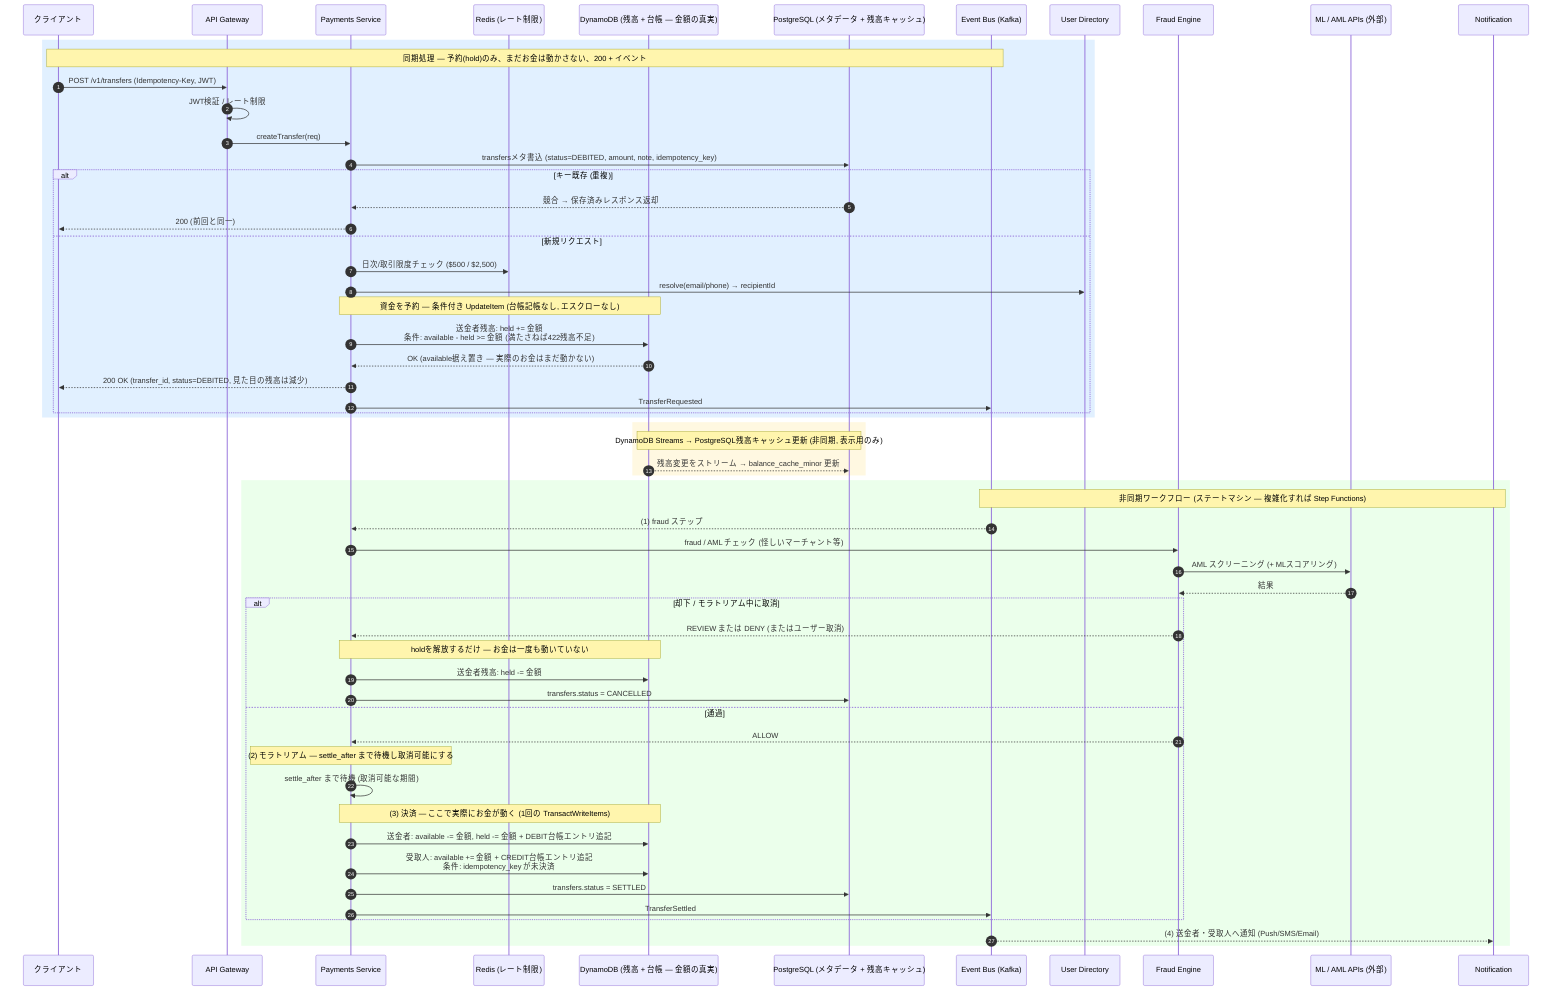
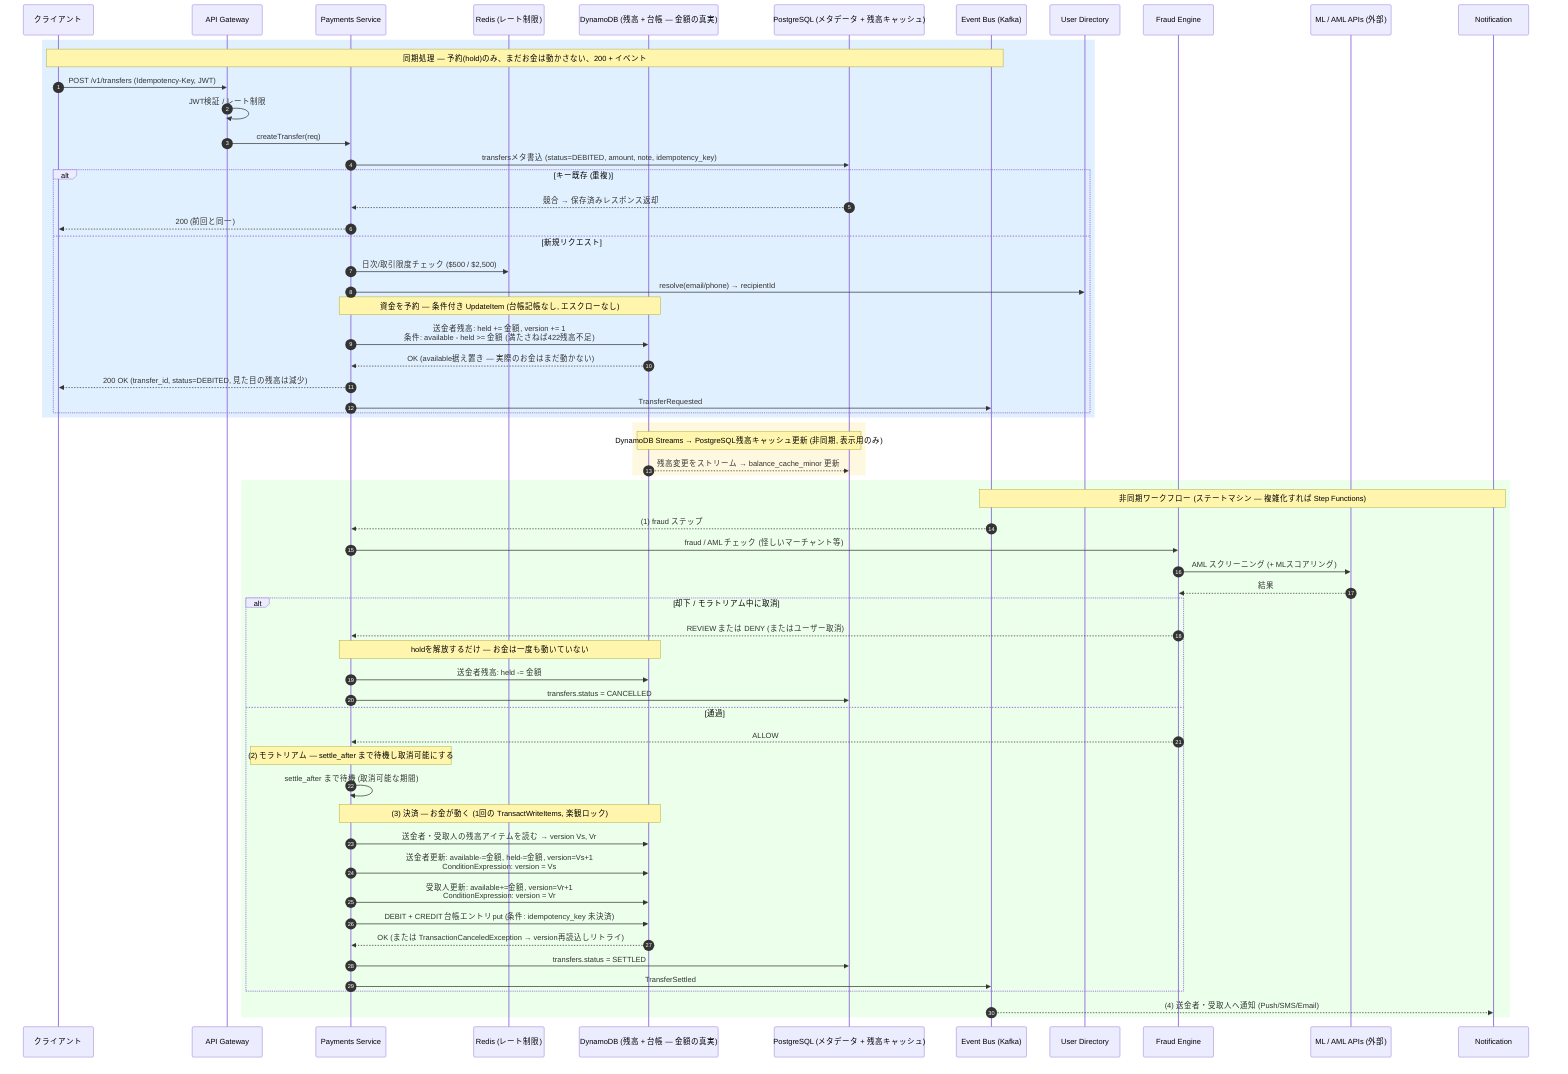
sequenceDiagram
    autonumber
    participant C as クライアント
    participant GW as API Gateway
    participant P as Payments Service
    participant R as Redis (レート制限)
    participant DDB as DynamoDB (残高 + 台帳 — 金額の真実)
    participant PG as PostgreSQL (メタデータ + 残高キャッシュ)
    participant MQ as Event Bus (Kafka)
    participant U as User Directory
    participant F as Fraud Engine
    participant X as ML / AML APIs (外部)
    participant N as Notification

    rect rgb(225, 240, 255)
    Note over C,MQ: 同期処理 — 予約(hold)のみ、まだお金は動かさない、200 + イベント
    C->>GW: POST /v1/transfers (Idempotency-Key, JWT)
    GW->>GW: JWT検証 / レート制限
    GW->>P: createTransfer(req)
    P->>PG: transfersメタ書込 (status=DEBITED, amount, note, idempotency_key)
    alt キー既存 (重複)
        PG-->>P: 競合 → 保存済みレスポンス返却
        P-->>C: 200 (前回と同一)
    else 新規リクエスト
        P->>R: 日次/取引限度チェック ($500 / $2,500)
        P->>U: resolve(email/phone) → recipientId
        Note over P,DDB: 資金を予約 — 条件付き UpdateItem (台帳記帳なし, エスクローなし)
-         P->>DDB: 送金者残高: held += 金額<br/>条件: available - held >= 金額 (満たさねば422残高不足)
+         P->>DDB: 送金者残高: held += 金額, version += 1<br/>条件: available - held >= 金額 (満たさねば422残高不足)
        DDB-->>P: OK (available据え置き — 実際のお金はまだ動かない)
        P-->>C: 200 OK (transfer_id, status=DEBITED, 見た目の残高は減少)
        P->>MQ: TransferRequested
    end
    end

    rect rgb(255, 248, 225)
    Note over DDB,PG: DynamoDB Streams → PostgreSQL残高キャッシュ更新 (非同期, 表示用のみ)
    DDB-->>PG: 残高変更をストリーム → balance_cache_minor 更新
    end

    rect rgb(235, 255, 235)
    Note over MQ,N: 非同期ワークフロー (ステートマシン — 複雑化すれば Step Functions)
    MQ-->>P: (1) fraud ステップ
    P->>F: fraud / AML チェック (怪しいマーチャント等)
    F->>X: AML スクリーニング (+ MLスコアリング)
    X-->>F: 結果
    alt 却下 / モラトリアム中に取消
        F-->>P: REVIEW または DENY (またはユーザー取消)
        Note over P,DDB: holdを解放するだけ — お金は一度も動いていない
        P->>DDB: 送金者残高: held -= 金額
        P->>PG: transfers.status = CANCELLED
    else 通過
        F-->>P: ALLOW
        Note over P: (2) モラトリアム — settle_after まで待機し取消可能にする
        P->>P: settle_after まで待機 (取消可能な期間)
-         Note over P,DDB: (3) 決済 — ここで実際にお金が動く (1回の TransactWriteItems)
-         P->>DDB: 送金者: available -= 金額, held -= 金額 + DEBIT台帳エントリ追記
-         P->>DDB: 受取人: available += 金額 + CREDIT台帳エントリ追記<br/>条件: idempotency_key が未決済
+         Note over P,DDB: (3) 決済 — お金が動く (1回の TransactWriteItems, 楽観ロック)
+         P->>DDB: 送金者・受取人の残高アイテムを読む → version Vs, Vr
+         P->>DDB: 送金者更新: available-=金額, held-=金額, version=Vs+1<br/>ConditionExpression: version = Vs
+         P->>DDB: 受取人更新: available+=金額, version=Vr+1<br/>ConditionExpression: version = Vr
+         P->>DDB: DEBIT + CREDIT 台帳エントリput (条件: idempotency_key 未決済)
+         DDB-->>P: OK (または TransactionCanceledException → version再読込しリトライ)
        P->>PG: transfers.status = SETTLED
        P->>MQ: TransferSettled
    end
    MQ-->>N: (4) 送金者・受取人へ通知 (Push/SMS/Email)
    end
